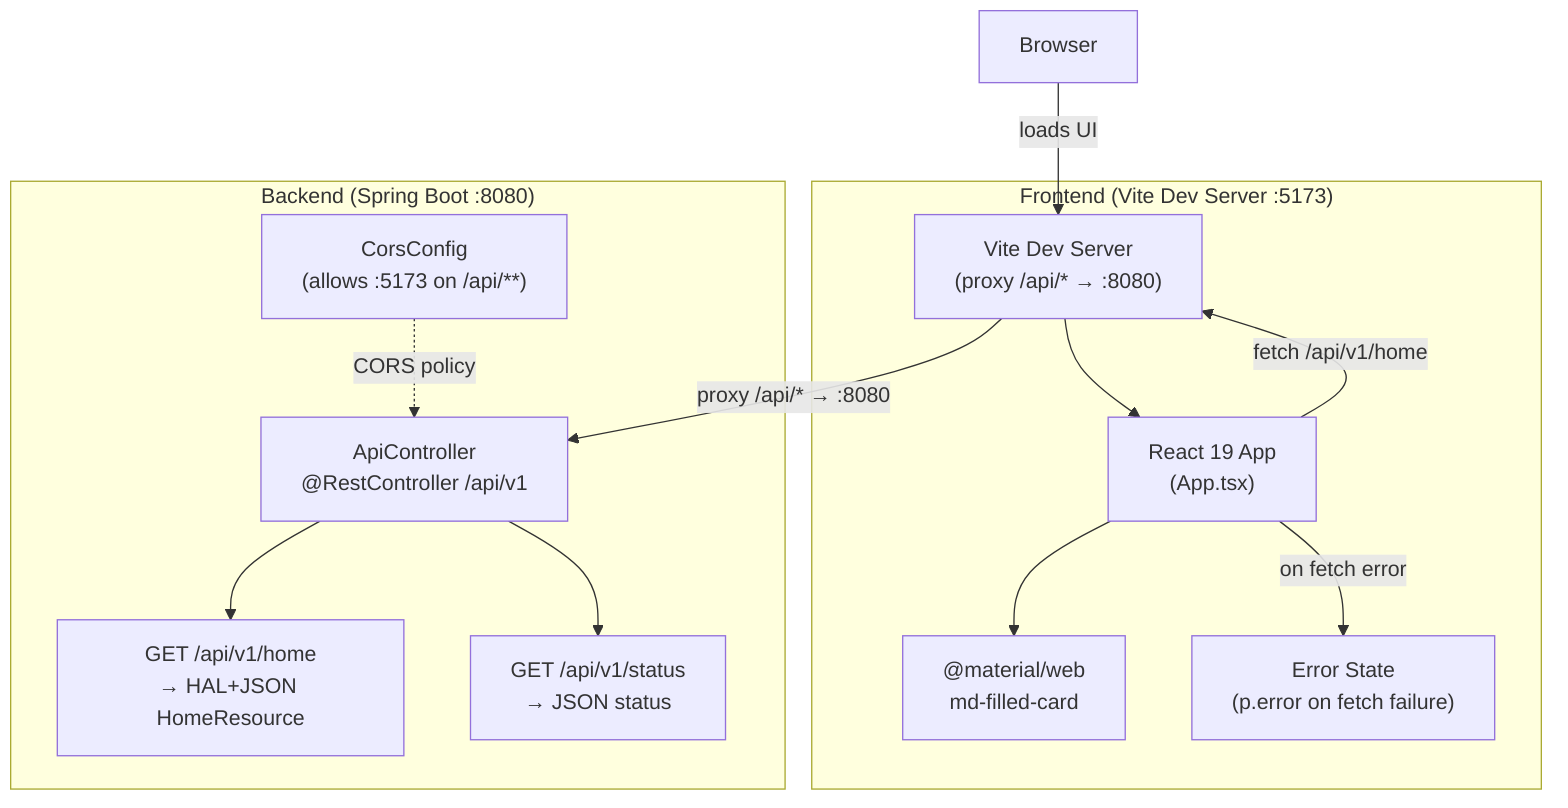
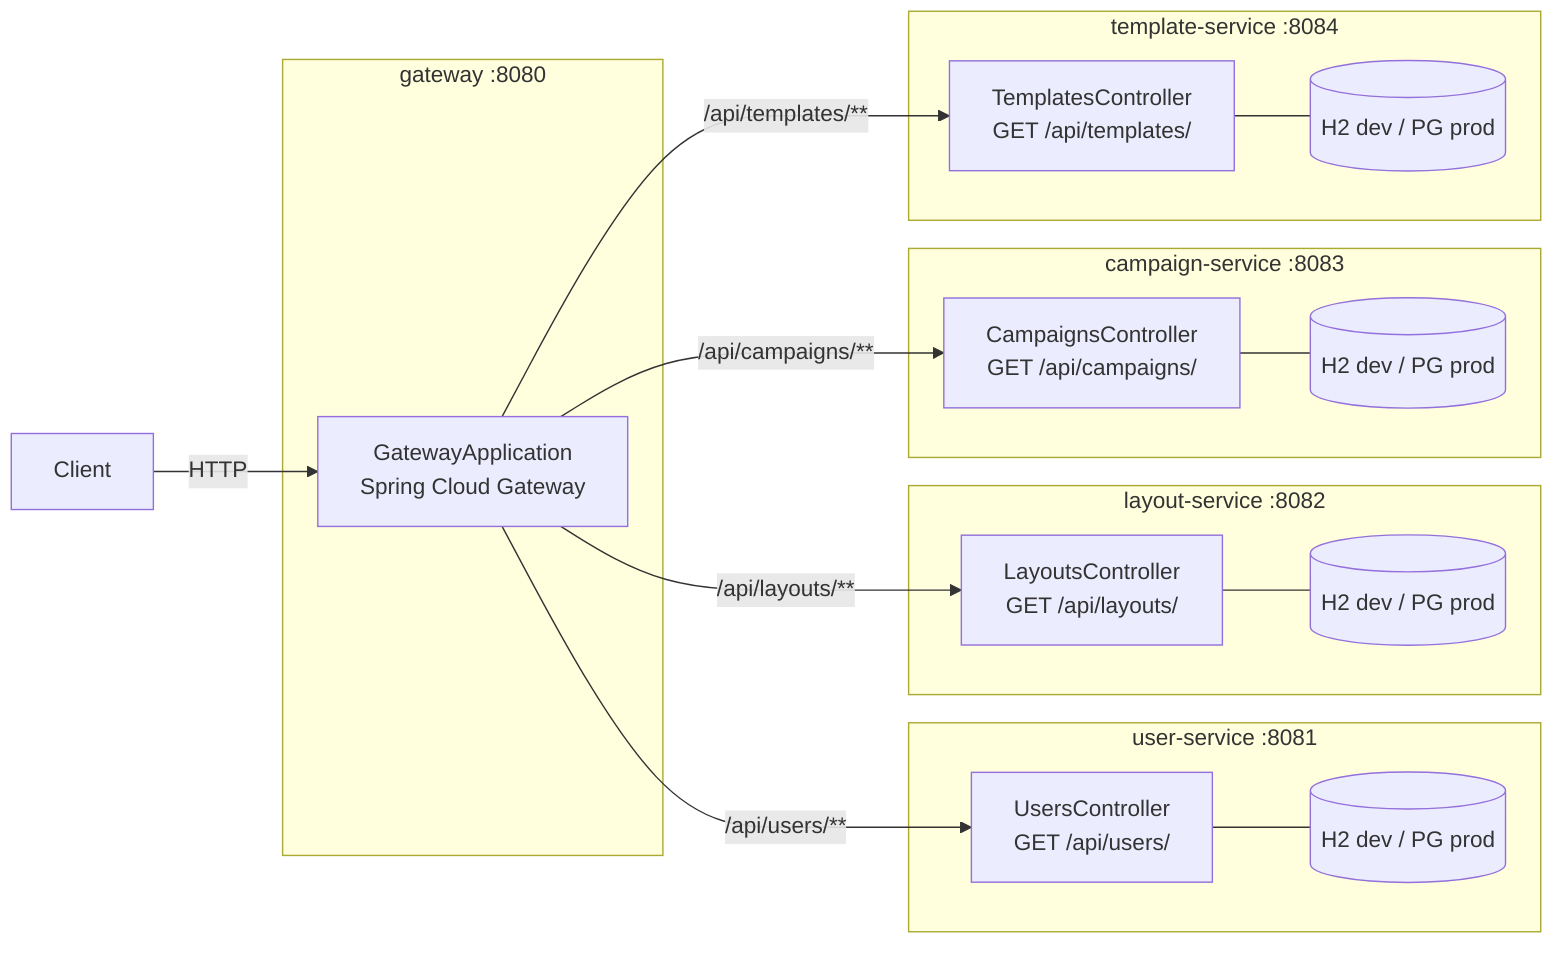
- graph TB
-     Browser["Browser"]
+ graph LR
+     Client["Client"]

-     subgraph Frontend ["Frontend (Vite Dev Server :5173)"]
-         Vite["Vite Dev Server\n(proxy /api/* → :8080)"]
-         React["React 19 App\n(App.tsx)"]
-         MWC["@material/web\nmd-filled-card"]
-         ErrorState["Error State\n(p.error on fetch failure)"]
+     subgraph GW ["gateway :8080"]
+         Gateway["GatewayApplication\nSpring Cloud Gateway"]
    end

-     subgraph Backend ["Backend (Spring Boot :8080)"]
-         Controller["ApiController\n@RestController /api/v1"]
-         HomeEP["GET /api/v1/home\n→ HAL+JSON HomeResource"]
-         StatusEP["GET /api/v1/status\n→ JSON status"]
-         CorsConfig["CorsConfig\n(allows :5173 on /api/**)"]
+     subgraph US ["user-service :8081"]
+         UC["UsersController\nGET /api/users/"]
+         UDB[("H2 dev / PG prod")]
    end

-     Browser -->|"loads UI"| Vite
-     Vite --> React
-     React --> MWC
-     React -->|"fetch /api/v1/home"| Vite
-     Vite -->|"proxy /api/* → :8080"| Controller
-     Controller --> HomeEP
-     Controller --> StatusEP
-     CorsConfig -.->|"CORS policy"| Controller
-     React -->|"on fetch error"| ErrorState
+     subgraph LS ["layout-service :8082"]
+         LC["LayoutsController\nGET /api/layouts/"]
+         LDB[("H2 dev / PG prod")]
+     end
+ 
+     subgraph CS ["campaign-service :8083"]
+         CC["CampaignsController\nGET /api/campaigns/"]
+         CDB[("H2 dev / PG prod")]
+     end
+ 
+     subgraph TS ["template-service :8084"]
+         TC["TemplatesController\nGET /api/templates/"]
+         TDB[("H2 dev / PG prod")]
+     end
+ 
+     Client -->|"HTTP"| Gateway
+     Gateway -->|"/api/users/**"| UC
+     Gateway -->|"/api/layouts/**"| LC
+     Gateway -->|"/api/campaigns/**"| CC
+     Gateway -->|"/api/templates/**"| TC
+     UC --- UDB
+     LC --- LDB
+     CC --- CDB
+     TC --- TDB
